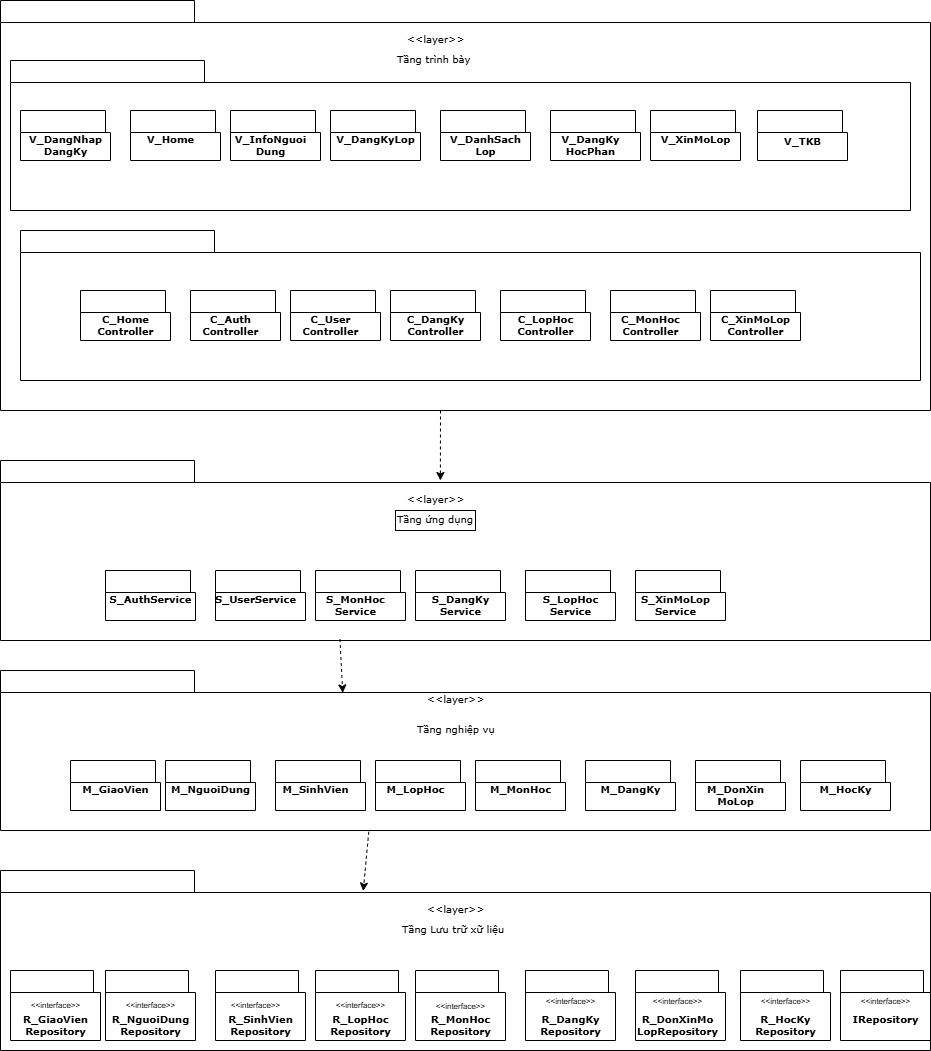
imvietcuongfrvietnam/PTTKHT keeps this draw.io diagram as Package Diagram/Structure_Design/Layered_Structure.drawio.png. Above is the earlier version. Source tidied: cells renumbered, new cells last; positions are measured from the earlier drawing's top-left corner, leaving out a move shared by most shapes.
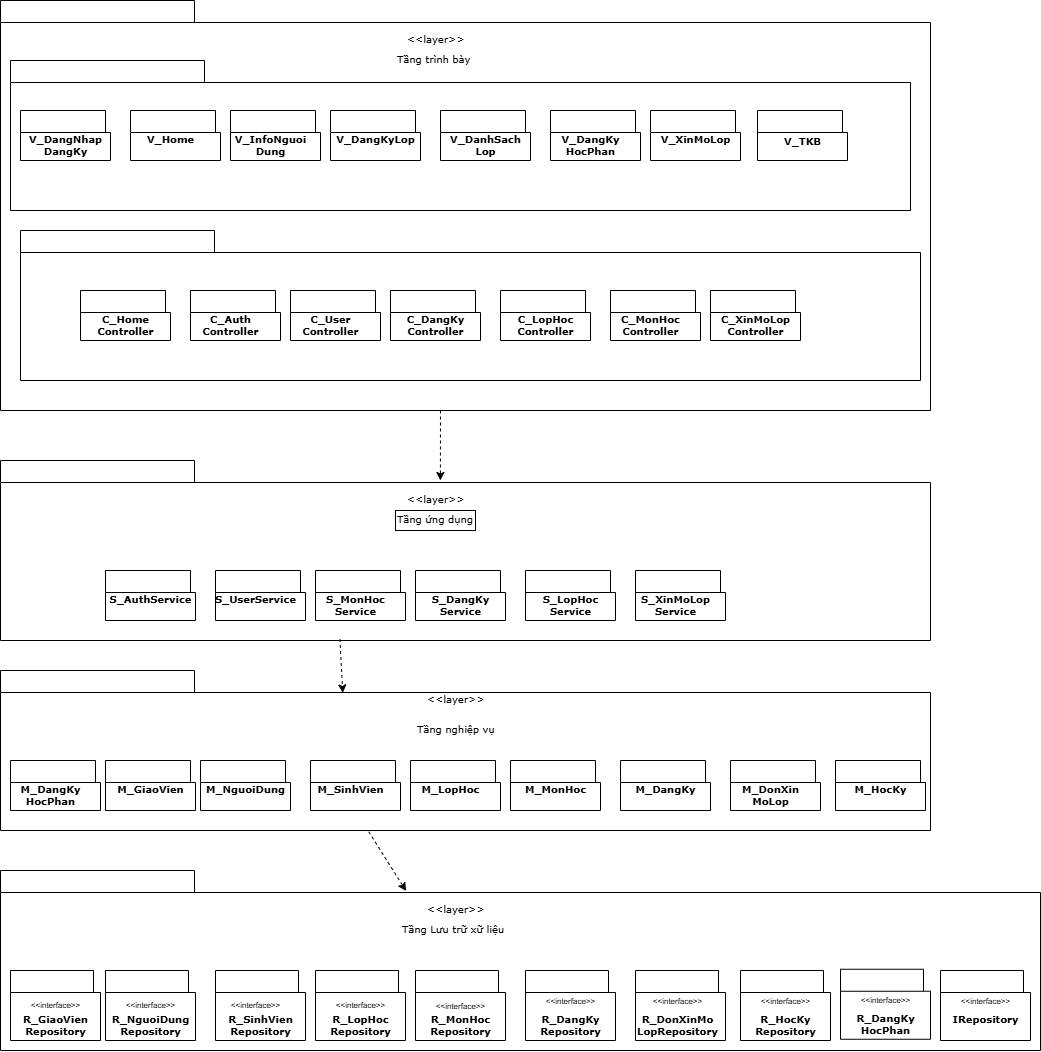
The same diagram one commit later.

The edit, as a diff of the source:
```diff
@@ -168,64 +168,64 @@
       <mxGeometry x="415" y="720" width="80" height="20" as="geometry" />
     </mxCell>
     <mxCell id="57" style="shape=folder;fontStyle=1;spacingTop=10;tabWidth=194;tabHeight=22;tabPosition=left;html=1;rounded=0;shadow=0;comic=0;labelBackgroundColor=none;strokeWidth=1;fillColor=none;fontFamily=Verdana;fontSize=10;align=center;" parent="1" vertex="1">
-      <mxGeometry x="165" y="760" width="90" height="50" as="geometry" />
+      <mxGeometry x="200" y="760" width="90" height="50" as="geometry" />
     </mxCell>
     <mxCell id="58" style="shape=folder;fontStyle=1;spacingTop=10;tabWidth=194;tabHeight=22;tabPosition=left;html=1;rounded=0;shadow=0;comic=0;labelBackgroundColor=none;strokeWidth=1;fillColor=none;fontFamily=Verdana;fontSize=10;align=center;" parent="1" vertex="1">
-      <mxGeometry x="275" y="760" width="90" height="50" as="geometry" />
+      <mxGeometry x="310" y="760" width="90" height="50" as="geometry" />
     </mxCell>
     <mxCell id="59" style="shape=folder;fontStyle=1;spacingTop=10;tabWidth=194;tabHeight=22;tabPosition=left;html=1;rounded=0;shadow=0;comic=0;labelBackgroundColor=none;strokeWidth=1;fillColor=none;fontFamily=Verdana;fontSize=10;align=center;" parent="1" vertex="1">
-      <mxGeometry x="375" y="760" width="90" height="50" as="geometry" />
+      <mxGeometry x="410" y="760" width="90" height="50" as="geometry" />
     </mxCell>
     <mxCell id="60" style="shape=folder;fontStyle=1;spacingTop=10;tabWidth=194;tabHeight=22;tabPosition=left;html=1;rounded=0;shadow=0;comic=0;labelBackgroundColor=none;strokeWidth=1;fillColor=none;fontFamily=Verdana;fontSize=10;align=center;" parent="1" vertex="1">
-      <mxGeometry x="475" y="760" width="90" height="50" as="geometry" />
+      <mxGeometry x="510" y="760" width="90" height="50" as="geometry" />
     </mxCell>
     <mxCell id="61" style="shape=folder;fontStyle=1;spacingTop=10;tabWidth=194;tabHeight=22;tabPosition=left;html=1;rounded=0;shadow=0;comic=0;labelBackgroundColor=none;strokeWidth=1;fillColor=none;fontFamily=Verdana;fontSize=10;align=center;" parent="1" vertex="1">
-      <mxGeometry x="585" y="760" width="90" height="50" as="geometry" />
+      <mxGeometry x="620" y="760" width="90" height="50" as="geometry" />
     </mxCell>
     <mxCell id="62" style="edgeStyle=orthogonalEdgeStyle;rounded=0;orthogonalLoop=1;jettySize=auto;html=1;exitX=0.5;exitY=1;exitDx=0;exitDy=0;exitPerimeter=0;" parent="1" edge="1" source="57" target="57">
       <mxGeometry relative="1" as="geometry" />
     </mxCell>
     <mxCell id="63" style="shape=folder;fontStyle=1;spacingTop=10;tabWidth=194;tabHeight=22;tabPosition=left;html=1;rounded=0;shadow=0;comic=0;labelBackgroundColor=none;strokeWidth=1;fillColor=none;fontFamily=Verdana;fontSize=10;align=center;" parent="1" vertex="1">
-      <mxGeometry x="695" y="760" width="90" height="50" as="geometry" />
+      <mxGeometry x="730" y="760" width="90" height="50" as="geometry" />
     </mxCell>
     <mxCell id="64" value="&lt;b&gt;M_NguoiDung&lt;/b&gt;" style="text;html=1;align=center;verticalAlign=top;spacingTop=-4;fontSize=10;fontFamily=Verdana;" parent="1" vertex="1">
-      <mxGeometry x="170" y="780" width="80" height="20" as="geometry" />
+      <mxGeometry x="205" y="780" width="80" height="20" as="geometry" />
     </mxCell>
     <mxCell id="65" value="&lt;b&gt;&lt;font&gt;M_SinhVien&lt;/font&gt;&lt;/b&gt;" style="text;html=1;align=center;verticalAlign=top;spacingTop=-4;fontSize=10;fontFamily=Verdana;" parent="1" vertex="1">
-      <mxGeometry x="275" y="780" width="80" height="20" as="geometry" />
+      <mxGeometry x="310" y="780" width="80" height="20" as="geometry" />
     </mxCell>
     <mxCell id="66" value="&lt;b&gt;M_LopHoc&lt;/b&gt;" style="text;html=1;align=center;verticalAlign=top;spacingTop=-4;fontSize=10;fontFamily=Verdana;" parent="1" vertex="1">
-      <mxGeometry x="375" y="780" width="80" height="20" as="geometry" />
+      <mxGeometry x="410" y="780" width="80" height="20" as="geometry" />
     </mxCell>
     <mxCell id="67" value="&lt;b&gt;M_MonHoc&lt;/b&gt;" style="text;html=1;align=center;verticalAlign=top;spacingTop=-4;fontSize=10;fontFamily=Verdana;" parent="1" vertex="1">
-      <mxGeometry x="480" y="780" width="80" height="20" as="geometry" />
+      <mxGeometry x="515" y="780" width="80" height="20" as="geometry" />
     </mxCell>
     <mxCell id="68" value="&lt;b&gt;M_DangKy&lt;/b&gt;" style="text;html=1;align=center;verticalAlign=top;spacingTop=-4;fontSize=10;fontFamily=Verdana;" parent="1" vertex="1">
-      <mxGeometry x="590" y="780" width="80" height="20" as="geometry" />
+      <mxGeometry x="625" y="780" width="80" height="20" as="geometry" />
     </mxCell>
     <mxCell id="69" value="&lt;b&gt;M_DonXin&lt;/b&gt;&lt;div&gt;&lt;b&gt;MoLop&lt;/b&gt;&lt;/div&gt;" style="text;html=1;align=center;verticalAlign=top;spacingTop=-4;fontSize=10;fontFamily=Verdana;" parent="1" vertex="1">
-      <mxGeometry x="695" y="780" width="80" height="20" as="geometry" />
+      <mxGeometry x="730" y="780" width="80" height="20" as="geometry" />
     </mxCell>
     <mxCell id="70" style="shape=folder;fontStyle=1;spacingTop=10;tabWidth=194;tabHeight=22;tabPosition=left;html=1;rounded=0;shadow=0;comic=0;labelBackgroundColor=none;strokeWidth=1;fillColor=none;fontFamily=Verdana;fontSize=10;align=center;" parent="1" vertex="1">
-      <mxGeometry x="800" y="760" width="90" height="50" as="geometry" />
+      <mxGeometry x="835" y="760" width="90" height="50" as="geometry" />
     </mxCell>
     <mxCell id="71" style="edgeStyle=orthogonalEdgeStyle;rounded=0;orthogonalLoop=1;jettySize=auto;html=1;exitX=0.5;exitY=1;exitDx=0;exitDy=0;exitPerimeter=0;" parent="1" edge="1" source="70" target="70">
       <mxGeometry relative="1" as="geometry" />
     </mxCell>
     <mxCell id="72" value="&lt;b&gt;M_HocKy&lt;/b&gt;" style="text;html=1;align=center;verticalAlign=top;spacingTop=-4;fontSize=10;fontFamily=Verdana;" parent="1" vertex="1">
-      <mxGeometry x="805" y="780" width="80" height="20" as="geometry" />
+      <mxGeometry x="840" y="780" width="80" height="20" as="geometry" />
     </mxCell>
     <mxCell id="73" style="shape=folder;fontStyle=1;spacingTop=10;tabWidth=194;tabHeight=22;tabPosition=left;html=1;rounded=0;shadow=0;comic=0;labelBackgroundColor=none;strokeWidth=1;fillColor=none;fontFamily=Verdana;fontSize=10;align=center;" parent="1" vertex="1">
-      <mxGeometry x="70" y="760" width="90" height="50" as="geometry" />
+      <mxGeometry x="105" y="760" width="90" height="50" as="geometry" />
     </mxCell>
     <mxCell id="74" style="edgeStyle=orthogonalEdgeStyle;rounded=0;orthogonalLoop=1;jettySize=auto;html=1;exitX=0.5;exitY=1;exitDx=0;exitDy=0;exitPerimeter=0;" parent="1" edge="1" source="73" target="73">
       <mxGeometry relative="1" as="geometry" />
     </mxCell>
     <mxCell id="75" value="&lt;b&gt;M_GiaoVien&lt;/b&gt;" style="text;html=1;align=center;verticalAlign=top;spacingTop=-4;fontSize=10;fontFamily=Verdana;" parent="1" vertex="1">
-      <mxGeometry x="75" y="780" width="80" height="20" as="geometry" />
+      <mxGeometry x="110" y="780" width="80" height="20" as="geometry" />
     </mxCell>
     <mxCell id="76" style="shape=folder;fontStyle=1;spacingTop=10;tabWidth=194;tabHeight=22;tabPosition=left;html=1;rounded=0;shadow=0;comic=0;labelBackgroundColor=none;strokeWidth=1;fillColor=none;fontFamily=Verdana;fontSize=10;align=center;" parent="1" vertex="1">
-      <mxGeometry y="870" width="930" height="180" as="geometry" />
+      <mxGeometry y="870" width="1040" height="180" as="geometry" />
     </mxCell>
     <mxCell id="77" value="&amp;lt;&amp;lt;layer&amp;gt;&amp;gt;" style="text;html=1;align=left;verticalAlign=top;spacingTop=-4;fontSize=10;fontFamily=Verdana;" parent="1" vertex="1">
       <mxGeometry x="425" y="900" width="130" height="20" as="geometry" />
@@ -315,16 +315,16 @@
       <mxGeometry x="750" y="985" width="70" height="30" as="geometry" />
     </mxCell>
     <mxCell id="106" style="shape=folder;fontStyle=1;spacingTop=10;tabWidth=194;tabHeight=22;tabPosition=left;html=1;rounded=0;shadow=0;comic=0;labelBackgroundColor=none;strokeWidth=1;fillColor=none;fontFamily=Verdana;fontSize=10;align=center;" parent="1" vertex="1">
-      <mxGeometry x="840" y="970" width="90" height="70" as="geometry" />
+      <mxGeometry x="940" y="970" width="90" height="70" as="geometry" />
     </mxCell>
     <mxCell id="107" style="edgeStyle=orthogonalEdgeStyle;rounded=0;orthogonalLoop=1;jettySize=auto;html=1;exitX=0.5;exitY=1;exitDx=0;exitDy=0;exitPerimeter=0;" parent="1" edge="1" source="106" target="106">
       <mxGeometry relative="1" as="geometry" />
     </mxCell>
     <mxCell id="108" value="&lt;b&gt;IRepository&lt;/b&gt;" style="text;html=1;align=center;verticalAlign=top;spacingTop=-4;fontSize=10;fontFamily=Verdana;" parent="1" vertex="1">
-      <mxGeometry x="845" y="1010" width="80" height="20" as="geometry" />
+      <mxGeometry x="945" y="1010" width="80" height="20" as="geometry" />
     </mxCell>
     <mxCell id="109" value="&lt;font style=&quot;font-size: 8px;&quot;&gt;&amp;lt;&amp;lt;interface&amp;gt;&amp;gt;&lt;/font&gt;" style="text;html=1;align=center;verticalAlign=middle;strokeColor=none;fillColor=none;" parent="1" vertex="1">
-      <mxGeometry x="850" y="985" width="70" height="30" as="geometry" />
+      <mxGeometry x="950" y="985" width="70" height="30" as="geometry" />
     </mxCell>
     <mxCell id="110" style="endArrow=classic;html=1;rounded=0;entryX=0.473;entryY=0.111;entryDx=0;entryDy=0;entryPerimeter=0;dashed=1;" parent="1" edge="1" target="38">
       <mxGeometry relative="1" as="geometry">
@@ -337,5 +337,23 @@
     <mxCell id="112" style="endArrow=classic;html=1;rounded=0;dashed=1;exitX=0.396;exitY=1.008;exitDx=0;exitDy=0;exitPerimeter=0;entryX=0.39;entryY=0.114;entryDx=0;entryDy=0;entryPerimeter=0;" parent="1" edge="1" source="54" target="76">
       <mxGeometry relative="1" as="geometry" />
     </mxCell>
+    <mxCell id="113" style="shape=folder;fontStyle=1;spacingTop=10;tabWidth=194;tabHeight=22;tabPosition=left;html=1;rounded=0;shadow=0;comic=0;labelBackgroundColor=none;strokeWidth=1;fillColor=none;fontFamily=Verdana;fontSize=10;align=center;" parent="1" vertex="1">
+      <mxGeometry x="10" y="760" width="90" height="50" as="geometry" />
+    </mxCell>
+    <mxCell id="114" value="&lt;b&gt;M_DangKy&lt;/b&gt;&lt;div&gt;&lt;b&gt;HocPhan&lt;/b&gt;&lt;/div&gt;" style="text;html=1;align=center;verticalAlign=top;spacingTop=-4;fontSize=10;fontFamily=Verdana;" parent="1" vertex="1">
+      <mxGeometry x="10" y="780" width="80" height="20" as="geometry" />
+    </mxCell>
+    <mxCell id="115" style="shape=folder;fontStyle=1;spacingTop=10;tabWidth=194;tabHeight=22;tabPosition=left;html=1;rounded=0;shadow=0;comic=0;labelBackgroundColor=none;strokeWidth=1;fillColor=none;fontFamily=Verdana;fontSize=10;align=center;" parent="1" vertex="1">
+      <mxGeometry x="840" y="968.8" width="90" height="70" as="geometry" />
+    </mxCell>
+    <mxCell id="116" style="edgeStyle=orthogonalEdgeStyle;rounded=0;orthogonalLoop=1;jettySize=auto;html=1;exitX=0.5;exitY=1;exitDx=0;exitDy=0;exitPerimeter=0;" parent="1" edge="1" source="115" target="115">
+      <mxGeometry relative="1" as="geometry" />
+    </mxCell>
+    <mxCell id="117" value="&lt;b&gt;R_DangK&lt;/b&gt;&lt;b style=&quot;background-color: transparent; color: light-dark(rgb(0, 0, 0), rgb(255, 255, 255));&quot;&gt;y&lt;/b&gt;&lt;div&gt;&lt;b style=&quot;background-color: transparent; color: light-dark(rgb(0, 0, 0), rgb(255, 255, 255));&quot;&gt;HocPhan&lt;/b&gt;&lt;/div&gt;" style="text;html=1;align=center;verticalAlign=top;spacingTop=-4;fontSize=10;fontFamily=Verdana;" parent="1" vertex="1">
+      <mxGeometry x="845" y="1008.8" width="80" height="20" as="geometry" />
+    </mxCell>
+    <mxCell id="118" value="&lt;font style=&quot;font-size: 8px;&quot;&gt;&amp;lt;&amp;lt;interface&amp;gt;&amp;gt;&lt;/font&gt;" style="text;html=1;align=center;verticalAlign=middle;strokeColor=none;fillColor=none;" parent="1" vertex="1">
+      <mxGeometry x="850" y="983.8" width="70" height="30" as="geometry" />
+    </mxCell>
   </root>
 </mxGraphModel>
```
